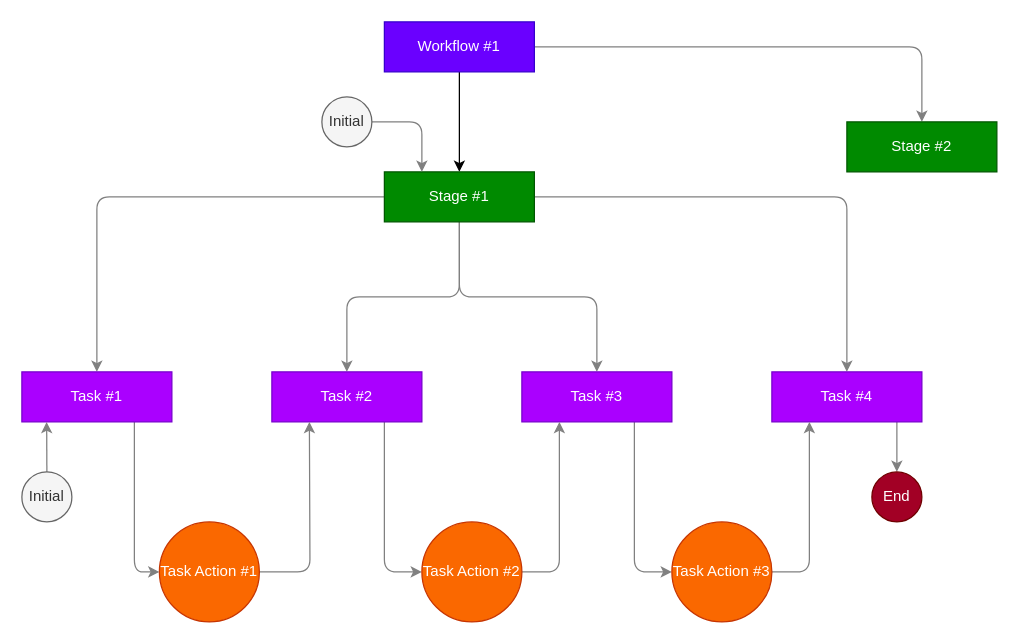
arkitik/clef-workflow keeps this draw.io diagram as page "Single Direction Action" (2 of 4) of design/Clef-Workflow.drawio. Above is the earlier version. Source tidied: cells renumbered, new cells numbered last; positions are measured from the earlier drawing's top-left corner, leaving out a move shared by most shapes. Both pictures are drawn from the tidied source at 125%, with x=0, y=0 at pixel (21, 21).
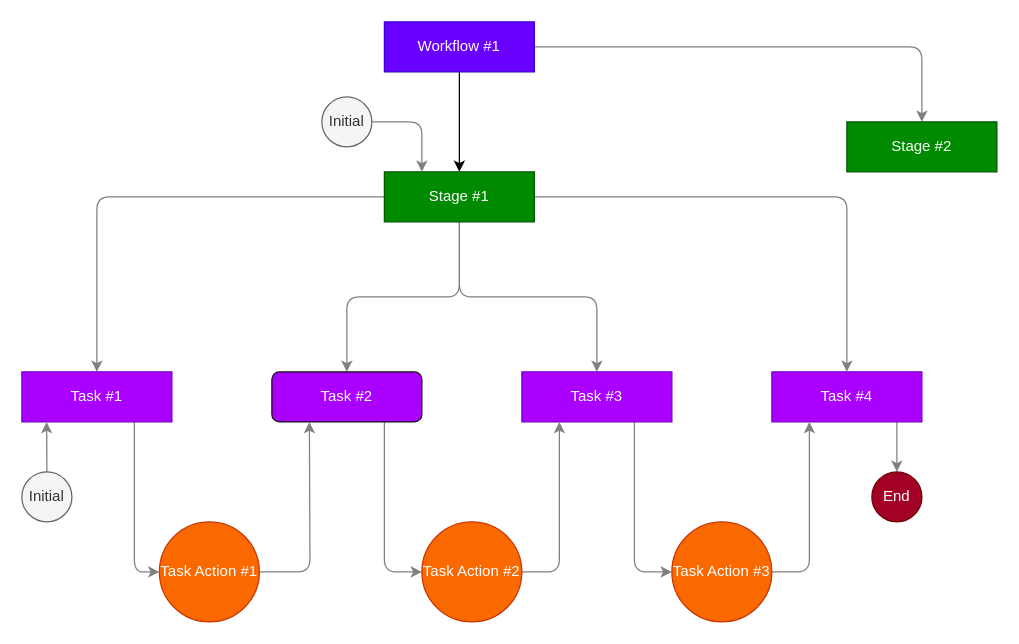
The same page after the edit.

The edit, as a diff of the source:
```diff
@@
-    <mxCell id="13" value="Task&amp;nbsp;#2" style="rounded=0;whiteSpace=wrap;html=1;shadow=0;fillColor=#aa00ff;strokeColor=#7700CC;gradientDirection=west;fontColor=#ffffff;" parent="1" vertex="1">
+    <mxCell id="13" value="Task&amp;nbsp;#2" style="rounded=1;whiteSpace=wrap;html=1;shadow=0;fillColor=#aa00ff;strokeColor=#0F0F0F;gradientDirection=west;fontColor=#ffffff;gradientColor=none;" parent="1" vertex="1">
       <mxGeometry x="200" y="280" width="120" height="40" as="geometry" />
     </mxCell>
```
